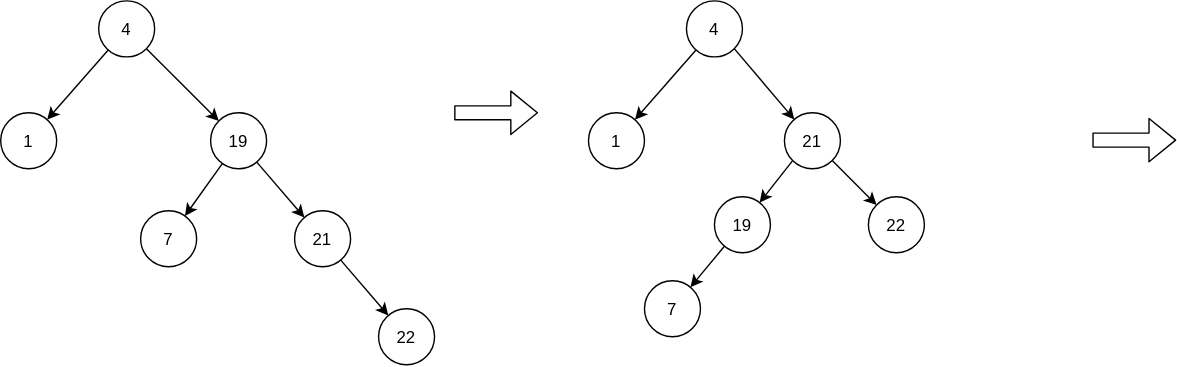
Above: База/Структуры данных/2. Быстро находить данные и проверять условия/2.3. Проверять принадлежность и уникальность/Множество (Set)/avl/разбор-случев-балансировки.drawio.svg in kosukhin/catalog (draw.io), before the change. Source tidied: cells renumbered, new cells last; positions are measured from the earlier drawing's top-left corner, leaving out a move shared by most shapes.
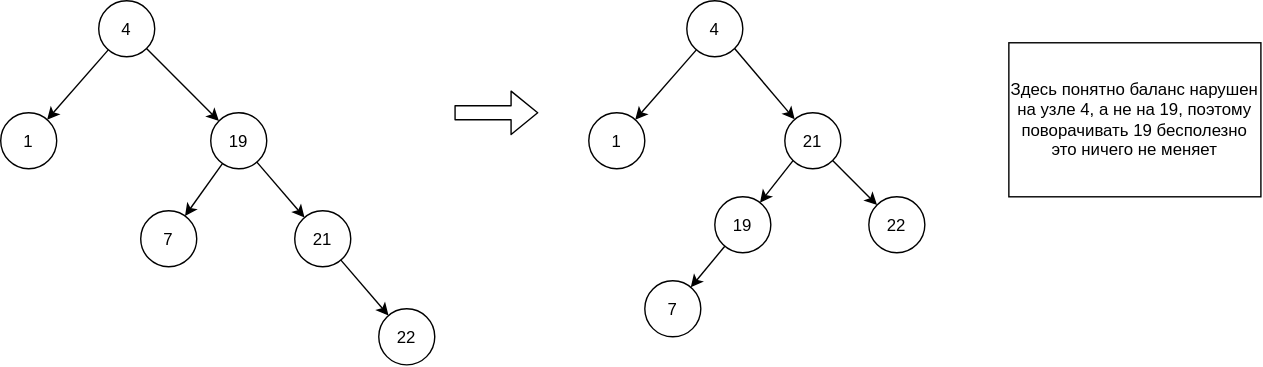
The same diagram one commit later.

What changed in the source:
```diff
@@ -68,17 +68,14 @@
     <mxCell id="22" value="22" style="ellipse;whiteSpace=wrap;html=1;shapeInside=1;" parent="1" vertex="1">
       <mxGeometry x="620" y="140" width="40" height="40" as="geometry" />
     </mxCell>
-    <mxCell id="23" style="shape=flexArrow;endArrow=classic;html=1;" parent="1" edge="1">
-      <mxGeometry relative="1" as="geometry">
-        <mxPoint x="780" y="99.5" as="sourcePoint" />
-        <mxPoint x="840" y="99.5" as="targetPoint" />
-      </mxGeometry>
-    </mxCell>
     <mxCell id="24" style="edgeStyle=none;html=1;exitX=0;exitY=1;exitDx=0;exitDy=0;" parent="1" edge="1" source="18" target="17">
       <mxGeometry relative="1" as="geometry" />
     </mxCell>
     <mxCell id="25" style="edgeStyle=none;html=1;exitX=1;exitY=1;exitDx=0;exitDy=0;" parent="1" edge="1" source="14" target="18">
       <mxGeometry relative="1" as="geometry" />
     </mxCell>
+    <mxCell id="26" value="Здесь понятно баланс нарушен на узле 4, а не на 19, поэтому поворачивать 19 бесполезно это ничего не меняет" style="rounded=0;whiteSpace=wrap;html=1;" parent="1" vertex="1">
+      <mxGeometry x="720" y="30" width="180" height="110" as="geometry" />
+    </mxCell>
   </root>
 </mxGraphModel>
```
